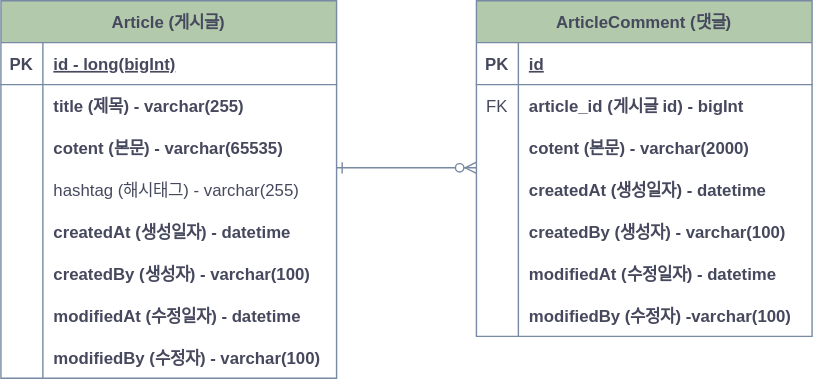
The draw.io diagram document/board-erd.svg in xxoxec/project-board, before a commit. Source tidied: cells renumbered, new cells last; positions are measured from the earlier drawing's top-left corner, leaving out a move shared by most shapes.
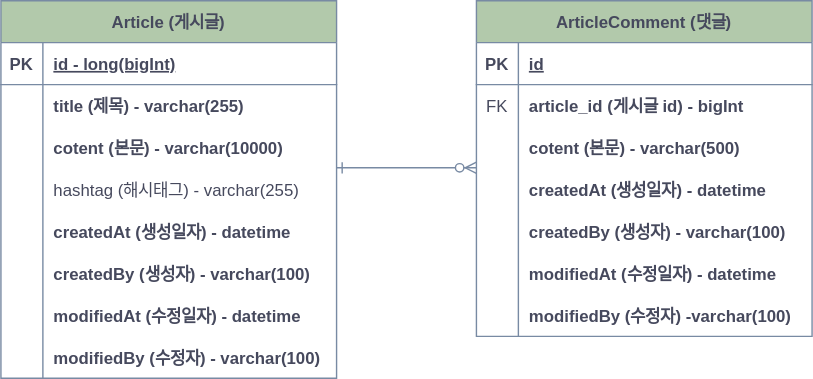
After the commit.

Commit message:
#10-ERD 업데이트: content 사이즈 변경

What changed in the source:
```diff
@@ -40,7 +40,7 @@
     <mxCell id="11" style="shape=partialRectangle;overflow=hidden;fillColor=none;top=0;left=0;bottom=0;right=0;labelBackgroundColor=none;strokeColor=#788AA3;fontColor=#46495D;" parent="10" vertex="1">
       <mxGeometry width="30" height="30" as="geometry" />
     </mxCell>
-    <mxCell id="12" value="cotent (본문) - varchar(65535)" style="shape=partialRectangle;overflow=hidden;fillColor=none;top=0;left=0;bottom=0;right=0;align=left;spacingLeft=6;fontStyle=1;labelBackgroundColor=none;strokeColor=#788AA3;fontColor=#46495D;" parent="10" vertex="1">
+    <mxCell id="12" value="cotent (본문) - varchar(10000)" style="shape=partialRectangle;overflow=hidden;fillColor=none;top=0;left=0;bottom=0;right=0;align=left;spacingLeft=6;fontStyle=1;labelBackgroundColor=none;strokeColor=#788AA3;fontColor=#46495D;" parent="10" vertex="1">
       <mxGeometry x="30" width="210" height="30" as="geometry" />
     </mxCell>
     <mxCell id="13" style="shape=partialRectangle;fillColor=none;top=0;left=0;right=0;bottom=0;labelBackgroundColor=none;strokeColor=#788AA3;fontColor=#46495D;" parent="3" vertex="1">
@@ -115,7 +115,7 @@
     <mxCell id="36" style="shape=partialRectangle;overflow=hidden;fillColor=none;top=0;left=0;bottom=0;right=0;labelBackgroundColor=none;strokeColor=#788AA3;fontColor=#46495D;" parent="35" vertex="1">
       <mxGeometry width="30" height="30" as="geometry" />
     </mxCell>
-    <mxCell id="37" value="cotent (본문) - varchar(2000)" style="shape=partialRectangle;overflow=hidden;fillColor=none;top=0;left=0;bottom=0;right=0;align=left;spacingLeft=6;fontStyle=1;labelBackgroundColor=none;strokeColor=#788AA3;fontColor=#46495D;" parent="35" vertex="1">
+    <mxCell id="37" value="cotent (본문) - varchar(500)" style="shape=partialRectangle;overflow=hidden;fillColor=none;top=0;left=0;bottom=0;right=0;align=left;spacingLeft=6;fontStyle=1;labelBackgroundColor=none;strokeColor=#788AA3;fontColor=#46495D;" parent="35" vertex="1">
       <mxGeometry x="30" width="210" height="30" as="geometry" />
     </mxCell>
     <mxCell id="38" style="shape=partialRectangle;fillColor=none;top=0;left=0;right=0;bottom=0;labelBackgroundColor=none;strokeColor=#788AA3;fontColor=#46495D;" parent="28" vertex="1">
```
